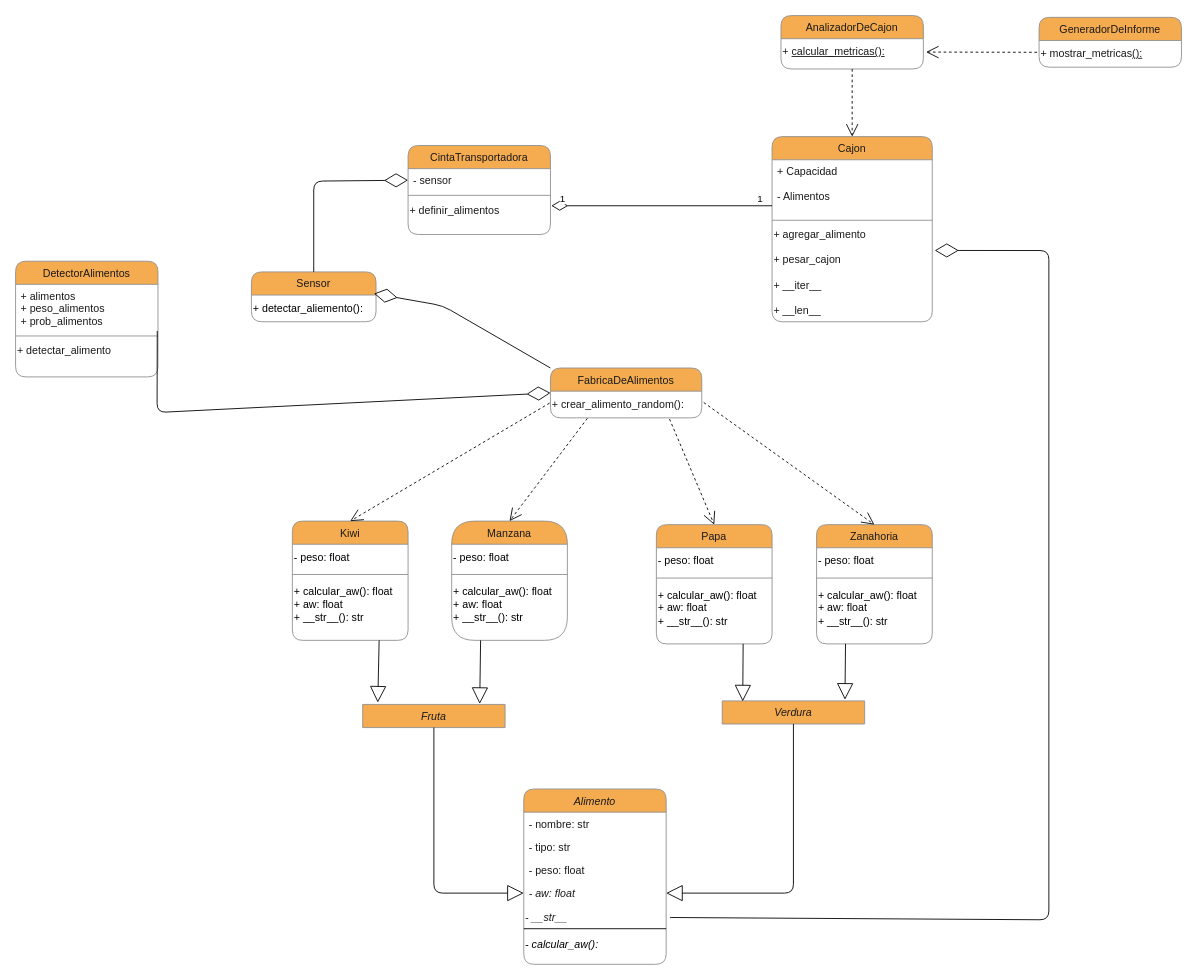
The draw.io diagram TrabajoPractico_2/proyecto_2.2/docs/UML 2.2.drawio in AgustinG178/pa_2025c1_practica, before the edit. Source tidied: cells renumbered, new cells numbered last; positions are measured from the earlier drawing's top-left corner, leaving out a move shared by most shapes. Both pictures are drawn from the tidied source at 89%, with x=0, y=0 at pixel (15, 15).
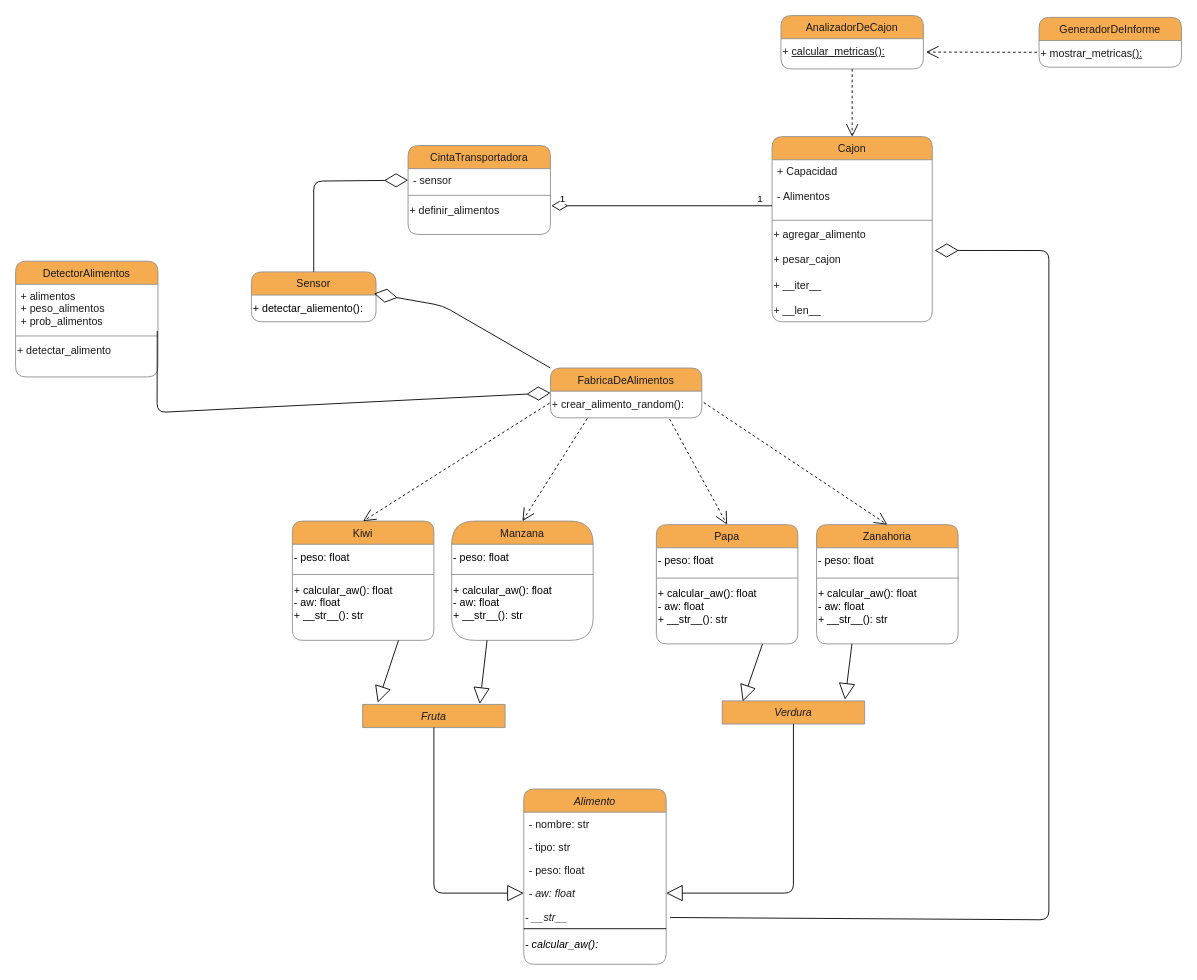
The same diagram, later.

Diff of the diagram source:
```diff
@@
     <mxCell id="20" value="Manzana" style="swimlane;fontStyle=0;align=center;verticalAlign=top;horizontal=1;startSize=26;rounded=1;shadow=0;strokeWidth=1;labelBackgroundColor=none;fillColor=#F5AB50;strokeColor=#909090;fontColor=#1A1A1A;arcSize=45;" parent="1" vertex="1">
-      <mxGeometry x="490" y="568" width="130" height="134" as="geometry" />
+      <mxGeometry x="490" y="568" width="159" height="134" as="geometry" />
     </mxCell>
     <mxCell id="21" value="- peso: float" style="text;html=1;align=left;verticalAlign=middle;strokeColor=none;fillColor=none;rounded=1;" parent="20" vertex="1">
-      <mxGeometry y="26" width="130" height="30" as="geometry" />
+      <mxGeometry y="26" width="159" height="30" as="geometry" />
     </mxCell>
     <mxCell id="22" style="line;strokeWidth=1;fillColor=none;align=left;verticalAlign=middle;spacingTop=-1;spacingLeft=3;spacingRight=3;labelPosition=right;strokeColor=inherit;rounded=1;" parent="20" vertex="1">
-      <mxGeometry y="56" width="130" height="8" as="geometry" />
+      <mxGeometry y="56" width="159" height="8" as="geometry" />
     </mxCell>
-    <mxCell id="23" value="&lt;div&gt;&lt;span style=&quot;background-color: transparent;&quot;&gt;+ calcular_aw(): float&amp;nbsp; &amp;nbsp; &amp;nbsp; &amp;nbsp; &amp;nbsp;&lt;/span&gt;&lt;/div&gt;&lt;div&gt;&lt;font color=&quot;#000000&quot;&gt;+ aw: float&amp;nbsp; &amp;nbsp; &amp;nbsp; &amp;nbsp; &amp;nbsp; &amp;nbsp; &amp;nbsp; &amp;nbsp; &amp;nbsp; &amp;nbsp;&amp;nbsp;&lt;/font&gt;&lt;/div&gt;&lt;div&gt;&lt;font color=&quot;#000000&quot;&gt;+ __str__(): str&amp;nbsp;&lt;/font&gt;&lt;/div&gt;" style="text;html=1;align=left;verticalAlign=middle;strokeColor=none;fillColor=none;rounded=1;" parent="20" vertex="1">
-      <mxGeometry y="64" width="130" height="60" as="geometry" />
+    <mxCell id="23" value="&lt;div&gt;&lt;span style=&quot;background-color: transparent;&quot;&gt;+ calcular_aw(): float&amp;nbsp; &amp;nbsp; &amp;nbsp; &amp;nbsp; &amp;nbsp;&lt;/span&gt;&lt;/div&gt;&lt;div&gt;&lt;font color=&quot;#000000&quot;&gt;- aw: float&amp;nbsp; &amp;nbsp; &amp;nbsp; &amp;nbsp; &amp;nbsp; &amp;nbsp; &amp;nbsp; &amp;nbsp; &amp;nbsp; &amp;nbsp;&amp;nbsp;&lt;/font&gt;&lt;/div&gt;&lt;div&gt;&lt;font color=&quot;#000000&quot;&gt;+ __str__(): str&amp;nbsp;&lt;/font&gt;&lt;/div&gt;" style="text;html=1;align=left;verticalAlign=middle;strokeColor=none;fillColor=none;rounded=1;" parent="20" vertex="1">
+      <mxGeometry y="64" width="159" height="55" as="geometry" />
     </mxCell>
@@
     <mxCell id="26" value="Papa" style="swimlane;fontStyle=0;align=center;verticalAlign=top;horizontal=1;startSize=26;rounded=1;shadow=0;strokeWidth=1;labelBackgroundColor=none;fillColor=#F5AB50;strokeColor=#909090;fontColor=#1A1A1A;" parent="1" vertex="1">
-      <mxGeometry x="720" y="572" width="130" height="134" as="geometry" />
+      <mxGeometry x="720" y="572" width="159" height="134" as="geometry" />
     </mxCell>
     <mxCell id="27" value="- peso: float" style="text;html=1;align=left;verticalAlign=middle;strokeColor=none;fillColor=none;rounded=1;" parent="26" vertex="1">
-      <mxGeometry y="26" width="130" height="30" as="geometry" />
+      <mxGeometry y="26" width="159" height="30" as="geometry" />
     </mxCell>
     <mxCell id="28" style="line;strokeWidth=1;fillColor=none;align=left;verticalAlign=middle;spacingTop=-1;spacingLeft=3;spacingRight=3;labelPosition=right;strokeColor=inherit;rounded=1;" parent="26" vertex="1">
-      <mxGeometry y="56" width="130" height="8" as="geometry" />
+      <mxGeometry y="56" width="159" height="8" as="geometry" />
     </mxCell>
-    <mxCell id="29" value="&lt;div&gt;&lt;span style=&quot;background-color: transparent;&quot;&gt;+ calcular_aw(): float&amp;nbsp; &amp;nbsp; &amp;nbsp; &amp;nbsp; &amp;nbsp;&lt;/span&gt;&lt;/div&gt;&lt;div&gt;&lt;font color=&quot;#000000&quot;&gt;+ aw: float&amp;nbsp; &amp;nbsp; &amp;nbsp; &amp;nbsp; &amp;nbsp; &amp;nbsp; &amp;nbsp; &amp;nbsp; &amp;nbsp; &amp;nbsp;&amp;nbsp;&lt;/font&gt;&lt;/div&gt;&lt;div&gt;&lt;font color=&quot;#000000&quot;&gt;+ __str__(): str&amp;nbsp;&lt;/font&gt;&lt;/div&gt;" style="text;html=1;align=left;verticalAlign=middle;strokeColor=none;fillColor=none;rounded=1;" parent="26" vertex="1">
-      <mxGeometry y="64" width="130" height="60" as="geometry" />
+    <mxCell id="29" value="&lt;div&gt;&lt;span style=&quot;background-color: transparent;&quot;&gt;+ calcular_aw(): float&amp;nbsp; &amp;nbsp; &amp;nbsp; &amp;nbsp; &amp;nbsp;&lt;/span&gt;&lt;/div&gt;&lt;div&gt;&lt;font color=&quot;#000000&quot;&gt;- aw: float&amp;nbsp; &amp;nbsp; &amp;nbsp; &amp;nbsp; &amp;nbsp; &amp;nbsp; &amp;nbsp; &amp;nbsp; &amp;nbsp; &amp;nbsp;&amp;nbsp;&lt;/font&gt;&lt;/div&gt;&lt;div&gt;&lt;font color=&quot;#000000&quot;&gt;+ __str__(): str&amp;nbsp;&lt;/font&gt;&lt;/div&gt;" style="text;html=1;align=left;verticalAlign=middle;strokeColor=none;fillColor=none;rounded=1;" parent="26" vertex="1">
+      <mxGeometry y="64" width="159" height="55" as="geometry" />
     </mxCell>
     <mxCell id="30" value="Kiwi" style="swimlane;fontStyle=0;align=center;verticalAlign=top;horizontal=1;startSize=26;rounded=1;shadow=0;strokeWidth=1;labelBackgroundColor=none;fillColor=#F5AB50;strokeColor=#909090;fontColor=#1A1A1A;" parent="1" vertex="1">
-      <mxGeometry x="311" y="568" width="130" height="134" as="geometry" />
+      <mxGeometry x="311" y="568" width="159" height="134" as="geometry" />
     </mxCell>
     <mxCell id="31" value="- peso: float" style="text;html=1;align=left;verticalAlign=middle;strokeColor=none;fillColor=none;rounded=1;" parent="30" vertex="1">
-      <mxGeometry y="26" width="130" height="30" as="geometry" />
+      <mxGeometry y="26" width="159" height="30" as="geometry" />
     </mxCell>
     <mxCell id="32" style="line;strokeWidth=1;fillColor=none;align=left;verticalAlign=middle;spacingTop=-1;spacingLeft=3;spacingRight=3;labelPosition=right;strokeColor=inherit;rounded=1;" parent="30" vertex="1">
-      <mxGeometry y="56" width="130" height="8" as="geometry" />
+      <mxGeometry y="56" width="159" height="8" as="geometry" />
     </mxCell>
-    <mxCell id="33" value="&lt;div&gt;&lt;span style=&quot;background-color: transparent;&quot;&gt;+ calcular_aw(): float&amp;nbsp; &amp;nbsp; &amp;nbsp; &amp;nbsp; &amp;nbsp;&lt;/span&gt;&lt;/div&gt;&lt;div&gt;&lt;font color=&quot;#000000&quot;&gt;+ aw: float&amp;nbsp; &amp;nbsp; &amp;nbsp; &amp;nbsp; &amp;nbsp; &amp;nbsp; &amp;nbsp; &amp;nbsp; &amp;nbsp; &amp;nbsp;&amp;nbsp;&lt;/font&gt;&lt;/div&gt;&lt;div&gt;&lt;font color=&quot;#000000&quot;&gt;+ __str__(): str&amp;nbsp;&lt;/font&gt;&lt;/div&gt;" style="text;html=1;align=left;verticalAlign=middle;strokeColor=none;fillColor=none;rounded=1;" parent="30" vertex="1">
-      <mxGeometry y="64" width="130" height="60" as="geometry" />
+    <mxCell id="33" value="&lt;div&gt;&lt;span style=&quot;background-color: transparent;&quot;&gt;+ calcular_aw(): float&amp;nbsp; &amp;nbsp; &amp;nbsp; &amp;nbsp; &amp;nbsp;&lt;/span&gt;&lt;/div&gt;&lt;div&gt;&lt;font color=&quot;#000000&quot;&gt;- aw: float&amp;nbsp; &amp;nbsp; &amp;nbsp; &amp;nbsp; &amp;nbsp; &amp;nbsp; &amp;nbsp; &amp;nbsp; &amp;nbsp; &amp;nbsp;&amp;nbsp;&lt;/font&gt;&lt;/div&gt;&lt;div&gt;&lt;font color=&quot;#000000&quot;&gt;+ __str__(): str&amp;nbsp;&lt;/font&gt;&lt;/div&gt;" style="text;html=1;align=left;verticalAlign=middle;strokeColor=none;fillColor=none;rounded=1;" parent="30" vertex="1">
+      <mxGeometry y="64" width="159" height="55" as="geometry" />
     </mxCell>
     <mxCell id="34" value="Zanahoria" style="swimlane;fontStyle=0;align=center;verticalAlign=top;horizontal=1;startSize=26;rounded=1;shadow=0;strokeWidth=1;labelBackgroundColor=none;fillColor=#F5AB50;strokeColor=#909090;fontColor=#1A1A1A;" parent="1" vertex="1">
-      <mxGeometry x="900" y="572" width="130" height="134" as="geometry" />
+      <mxGeometry x="900" y="572" width="159" height="134" as="geometry" />
     </mxCell>
     <mxCell id="35" value="- peso: float" style="text;html=1;align=left;verticalAlign=middle;strokeColor=none;fillColor=none;rounded=1;" parent="34" vertex="1">
-      <mxGeometry y="26" width="130" height="30" as="geometry" />
+      <mxGeometry y="26" width="159" height="30" as="geometry" />
     </mxCell>
     <mxCell id="36" style="line;strokeWidth=1;fillColor=none;align=left;verticalAlign=middle;spacingTop=-1;spacingLeft=3;spacingRight=3;labelPosition=right;strokeColor=inherit;rounded=1;" parent="34" vertex="1">
-      <mxGeometry y="56" width="130" height="8" as="geometry" />
+      <mxGeometry y="56" width="159" height="8" as="geometry" />
     </mxCell>
-    <mxCell id="37" value="&lt;div&gt;&lt;span style=&quot;background-color: transparent;&quot;&gt;+ calcular_aw(): float&amp;nbsp; &amp;nbsp; &amp;nbsp; &amp;nbsp; &amp;nbsp;&lt;/span&gt;&lt;/div&gt;&lt;div&gt;&lt;font color=&quot;#000000&quot;&gt;+ aw: float&amp;nbsp; &amp;nbsp; &amp;nbsp; &amp;nbsp; &amp;nbsp; &amp;nbsp; &amp;nbsp; &amp;nbsp; &amp;nbsp; &amp;nbsp;&amp;nbsp;&lt;/font&gt;&lt;/div&gt;&lt;div&gt;&lt;font color=&quot;#000000&quot;&gt;+ __str__(): str&amp;nbsp;&lt;/font&gt;&lt;/div&gt;" style="text;html=1;align=left;verticalAlign=middle;strokeColor=none;fillColor=none;rounded=1;" parent="34" vertex="1">
-      <mxGeometry y="64" width="130" height="60" as="geometry" />
+    <mxCell id="37" value="&lt;div&gt;&lt;span style=&quot;background-color: transparent;&quot;&gt;+ calcular_aw(): float&amp;nbsp; &amp;nbsp; &amp;nbsp; &amp;nbsp; &amp;nbsp;&lt;/span&gt;&lt;/div&gt;&lt;div&gt;&lt;font color=&quot;#000000&quot;&gt;- aw: float&amp;nbsp; &amp;nbsp; &amp;nbsp; &amp;nbsp; &amp;nbsp; &amp;nbsp; &amp;nbsp; &amp;nbsp; &amp;nbsp; &amp;nbsp;&amp;nbsp;&lt;/font&gt;&lt;/div&gt;&lt;div&gt;&lt;font color=&quot;#000000&quot;&gt;+ __str__(): str&amp;nbsp;&lt;/font&gt;&lt;/div&gt;" style="text;html=1;align=left;verticalAlign=middle;strokeColor=none;fillColor=none;rounded=1;" parent="34" vertex="1">
+      <mxGeometry y="64" width="159" height="55" as="geometry" />
     </mxCell>
```
